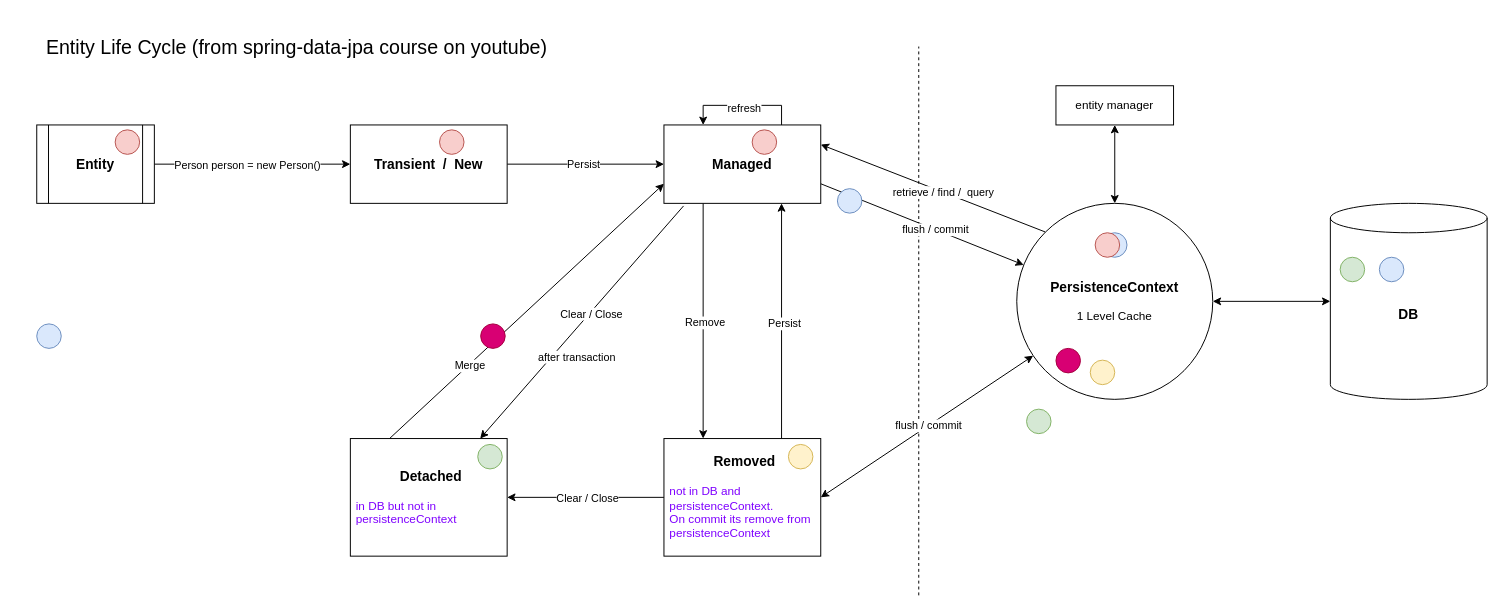
Above: page "Spring-Data-JPA" (2 of 2) of java/Spring.drawio in bayern01kahn/Tech_Diagrams (draw.io), before the change. Source tidied: cells renumbered, new cells numbered last; positions are measured from the earlier drawing's top-left corner, leaving out a move shared by most shapes. Both pictures are drawn from the tidied source at 98%, with x=0, y=0 at pixel (36, 26).
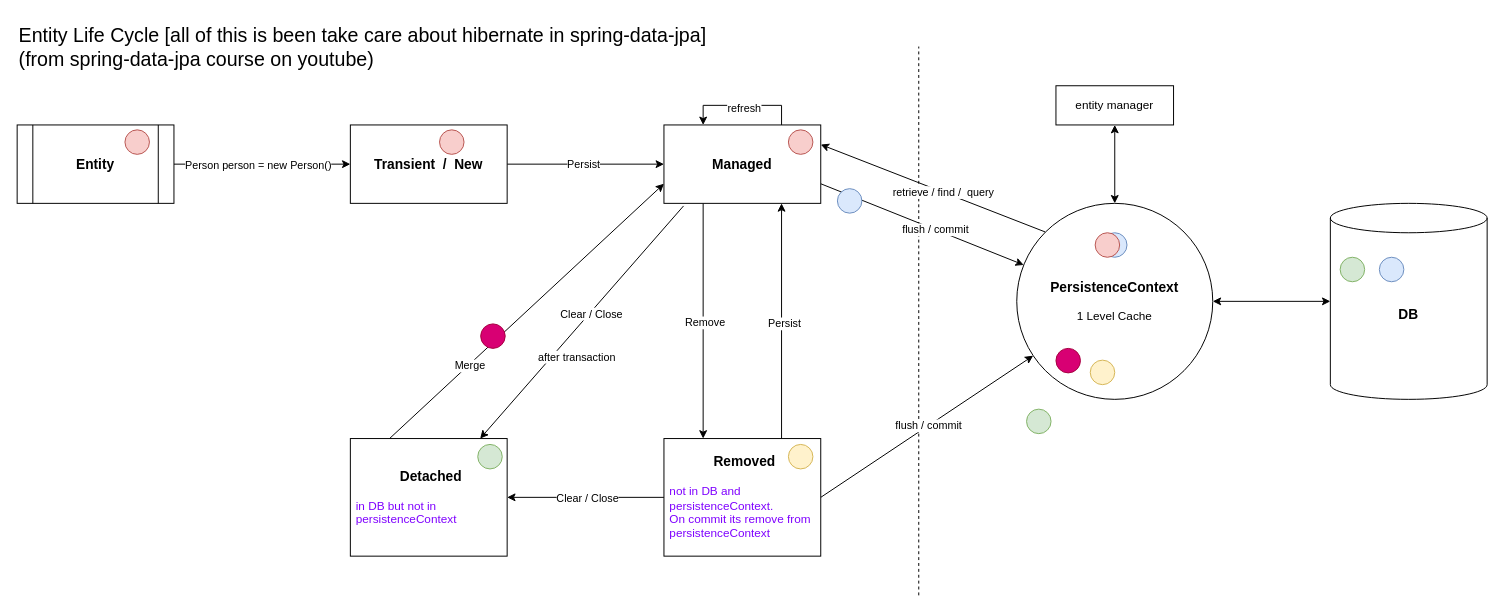
Above is the later version.

The change refers to these unchanged cells:
```xml
<mxCell id="23" value="&lt;b&gt;&lt;font style=&quot;font-size: 14px;&quot;&gt;Removed&lt;/font&gt;&lt;/b&gt;&lt;br&gt;&lt;br&gt;&lt;div style=&quot;text-align: left;&quot;&gt;&lt;span style=&quot;background-color: initial;&quot;&gt;&lt;font color=&quot;#7f00ff&quot;&gt;not in DB and persistenceContext.&lt;/font&gt;&lt;/span&gt;&lt;/div&gt;&lt;div style=&quot;text-align: left;&quot;&gt;&lt;span style=&quot;background-color: initial;&quot;&gt;&lt;font color=&quot;#7f00ff&quot;&gt;On commit its remove from persistenceContext&lt;/font&gt;&lt;/span&gt;&lt;/div&gt;" style="whiteSpace=wrap;html=1;spacingLeft=5;" parent="1" vertex="1">
  <mxGeometry x="640" y="420" width="160" height="120" as="geometry" />
</mxCell>
<mxCell id="33" value="&lt;b&gt;&lt;font style=&quot;font-size: 14px;&quot;&gt;PersistenceContext&lt;/font&gt;&lt;/b&gt;&lt;br&gt;&lt;br&gt;1 Level Cache" style="ellipse;whiteSpace=wrap;html=1;" parent="1" vertex="1">
  <mxGeometry x="1000" y="180" width="200" height="200" as="geometry" />
</mxCell>
```

The edit, as a diff of the source:
```diff
@@
     <mxCell id="5" value="&lt;b&gt;&lt;font style=&quot;font-size: 14px;&quot;&gt;Entity&lt;/font&gt;&lt;/b&gt;" style="shape=process;whiteSpace=wrap;html=1;backgroundOutline=1;" parent="1" vertex="1">
-      <mxGeometry y="100" width="120" height="80" as="geometry" />
+      <mxGeometry x="-20" y="100" width="160" height="80" as="geometry" />
     </mxCell>
@@
-    <mxCell id="21" style="edgeStyle=none;rounded=0;jettySize=auto;html=1;exitX=1;exitY=0.5;exitDx=0;exitDy=0;startArrow=classic;startFill=1;" parent="1" edge="1" source="23" target="33">
+    <mxCell id="21" style="edgeStyle=none;rounded=0;jettySize=auto;html=1;exitX=1;exitY=0.5;exitDx=0;exitDy=0;startArrow=none;startFill=0;" parent="1" edge="1" source="23" target="33">
       <mxGeometry relative="1" as="geometry" />
     </mxCell>
@@
-    <mxCell id="35" value="&lt;font style=&quot;font-size: 20px;&quot;&gt;Entity Life Cycle (from spring-data-jpa course on youtube)&lt;/font&gt;" style="text;html=1;align=center;verticalAlign=middle;strokeColor=none;fillColor=none;" parent="1" vertex="1">
-      <mxGeometry width="530" height="40" as="geometry" />
+    <mxCell id="35" value="&lt;font style=&quot;font-size: 20px;&quot;&gt;Entity Life Cycle [all of this is been take care about hibernate in spring-data-jpa]&lt;br&gt;(from spring-data-jpa course on youtube)&lt;/font&gt;" style="text;html=1;align=left;verticalAlign=middle;strokeColor=none;fillColor=none;" parent="1" vertex="1">
+      <mxGeometry x="-20" y="-10" width="730" height="60" as="geometry" />
     </mxCell>
@@
     <mxCell id="37" style="ellipse;whiteSpace=wrap;html=1;fontSize=14;fillColor=#f8cecc;strokeColor=#b85450;" parent="1" vertex="1">
-      <mxGeometry x="80" y="105" width="25" height="25" as="geometry" />
+      <mxGeometry x="90" y="105" width="25" height="25" as="geometry" />
     </mxCell>
@@
     <mxCell id="39" style="ellipse;whiteSpace=wrap;html=1;fontSize=14;fillColor=#f8cecc;strokeColor=#b85450;" parent="1" vertex="1">
-      <mxGeometry x="730" y="105" width="25" height="25" as="geometry" />
+      <mxGeometry x="767" y="105" width="25" height="25" as="geometry" />
     </mxCell>
@@
-    <mxCell id="42" style="ellipse;whiteSpace=wrap;html=1;fontSize=14;fillColor=#dae8fc;strokeColor=#6c8ebf;" parent="1" vertex="1">
-      <mxGeometry y="303" width="25" height="25" as="geometry" />
-    </mxCell>
```
